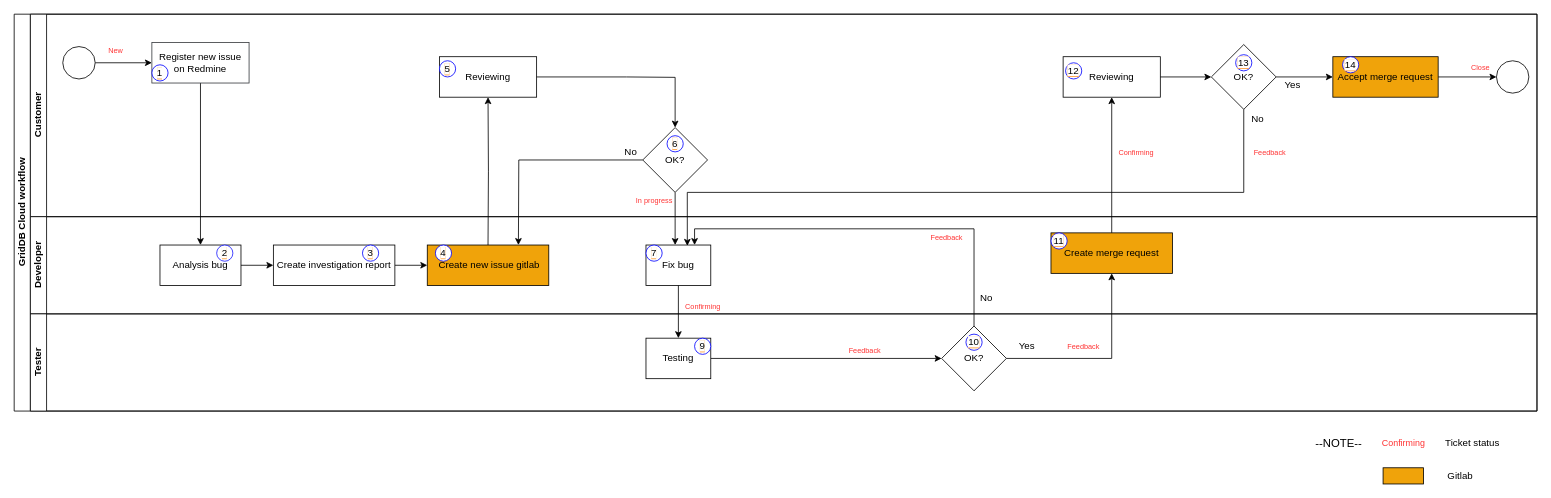
hueanmy/30-days-of-vue keeps this draw.io diagram as workflow cloud.drawio. Above is the earlier version. Source tidied: cells renumbered, new cells numbered last; positions are measured from the earlier drawing's top-left corner, leaving out a move shared by most shapes. Both pictures are drawn from the tidied source at 81%, with x=0, y=0 at pixel (14, 14).
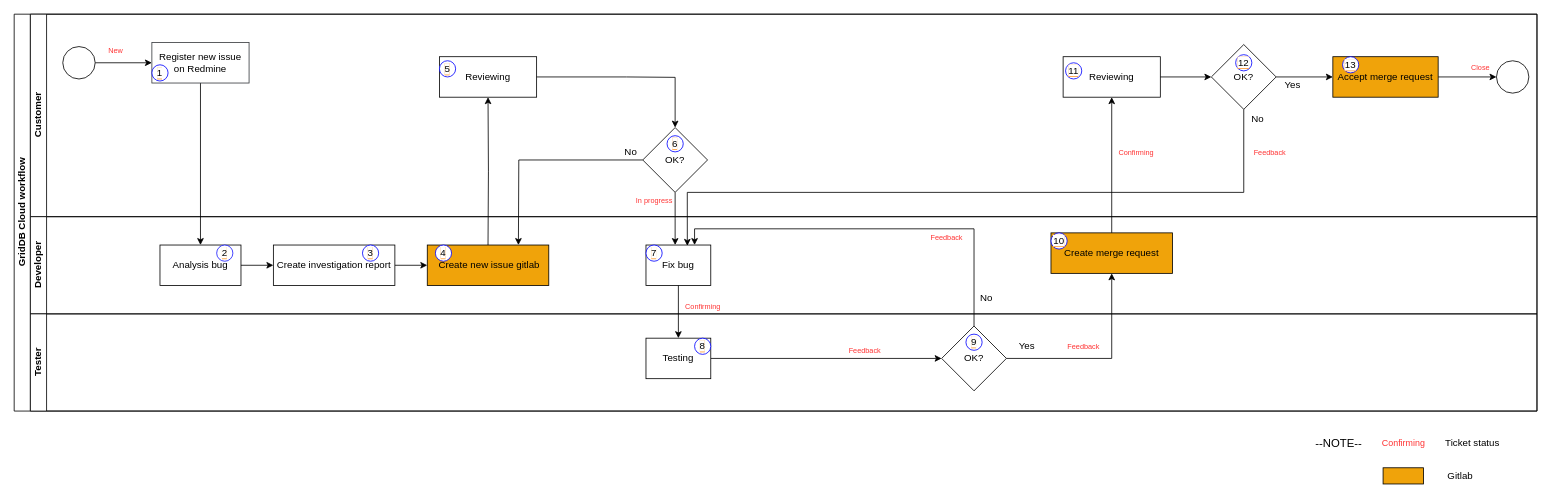
After the change.

Unchanged cells that the change refers to:
```xml
<mxCell id="8" value="Customer" style="swimlane;html=1;startSize=20;horizontal=0;" parent="2" vertex="1">
  <mxGeometry x="20" width="1860" height="250" as="geometry" />
</mxCell>
<mxCell id="36" value="Developer" style="swimlane;html=1;startSize=20;horizontal=0;" parent="2" vertex="1">
  <mxGeometry x="20" y="250" width="1860" height="120" as="geometry" />
</mxCell>
<mxCell id="52" value="Tester" style="swimlane;html=1;startSize=20;horizontal=0;" parent="2" vertex="1">
  <mxGeometry x="20" y="370" width="1860" height="120" as="geometry" />
</mxCell>
```

Change to the diagram source:
```diff
@@
-    <mxCell id="28" value="&lt;font color=&quot;#000000&quot; style=&quot;background-color: rgb(255 , 255 , 255)&quot;&gt;12&lt;/font&gt;" style="ellipse;whiteSpace=wrap;html=1;labelBackgroundColor=#FF9933;fontColor=#CC6600;strokeColor=#0000FF;fillColor=#FFFFFF;" parent="8" vertex="1">
+    <mxCell id="28" value="&lt;font color=&quot;#000000&quot; style=&quot;background-color: rgb(255 , 255 , 255)&quot;&gt;11&lt;/font&gt;" style="ellipse;whiteSpace=wrap;html=1;labelBackgroundColor=#FF9933;fontColor=#CC6600;strokeColor=#0000FF;fillColor=#FFFFFF;" parent="8" vertex="1">
       <mxGeometry x="1278" y="60" width="20" height="20" as="geometry" />
     </mxCell>
-    <mxCell id="29" value="&lt;font color=&quot;#000000&quot; style=&quot;background-color: rgb(255 , 255 , 255)&quot;&gt;13&lt;/font&gt;" style="ellipse;whiteSpace=wrap;html=1;labelBackgroundColor=#FF9933;fontColor=#CC6600;strokeColor=#0000FF;fillColor=#FFFFFF;" parent="8" vertex="1">
+    <mxCell id="29" value="&lt;font color=&quot;#000000&quot; style=&quot;background-color: rgb(255 , 255 , 255)&quot;&gt;12&lt;/font&gt;" style="ellipse;whiteSpace=wrap;html=1;labelBackgroundColor=#FF9933;fontColor=#CC6600;strokeColor=#0000FF;fillColor=#FFFFFF;" parent="8" vertex="1">
       <mxGeometry x="1488" y="50" width="20" height="20" as="geometry" />
     </mxCell>
-    <mxCell id="30" value="&lt;font color=&quot;#000000&quot; style=&quot;background-color: rgb(255 , 255 , 255)&quot;&gt;14&lt;/font&gt;" style="ellipse;whiteSpace=wrap;html=1;labelBackgroundColor=#FF9933;fontColor=#CC6600;strokeColor=#0000FF;fillColor=#FFFFFF;" parent="8" vertex="1">
+    <mxCell id="30" value="&lt;font color=&quot;#000000&quot; style=&quot;background-color: rgb(255 , 255 , 255)&quot;&gt;13&lt;/font&gt;" style="ellipse;whiteSpace=wrap;html=1;labelBackgroundColor=#FF9933;fontColor=#CC6600;strokeColor=#0000FF;fillColor=#FFFFFF;" parent="8" vertex="1">
       <mxGeometry x="1620" y="52.5" width="20" height="20" as="geometry" />
     </mxCell>
@@
-    <mxCell id="48" value="&lt;font color=&quot;#000000&quot; style=&quot;background-color: rgb(255 , 255 , 255)&quot;&gt;11&lt;/font&gt;" style="ellipse;whiteSpace=wrap;html=1;labelBackgroundColor=#FF9933;fontColor=#CC6600;strokeColor=#0000FF;fillColor=#FFFFFF;" parent="36" vertex="1">
+    <mxCell id="48" value="&lt;font color=&quot;#000000&quot; style=&quot;background-color: rgb(255 , 255 , 255)&quot;&gt;10&lt;/font&gt;" style="ellipse;whiteSpace=wrap;html=1;labelBackgroundColor=#FF9933;fontColor=#CC6600;strokeColor=#0000FF;fillColor=#FFFFFF;" parent="36" vertex="1">
       <mxGeometry x="1260" y="20" width="20" height="20" as="geometry" />
     </mxCell>
@@
-    <mxCell id="57" value="&lt;font color=&quot;#000000&quot; style=&quot;background-color: rgb(255 , 255 , 255)&quot;&gt;10&lt;/font&gt;" style="ellipse;whiteSpace=wrap;html=1;labelBackgroundColor=#FF9933;fontColor=#CC6600;strokeColor=#0000FF;fillColor=#FFFFFF;" parent="52" vertex="1">
+    <mxCell id="57" value="&lt;font color=&quot;#000000&quot; style=&quot;background-color: rgb(255 , 255 , 255)&quot;&gt;9&lt;/font&gt;" style="ellipse;whiteSpace=wrap;html=1;labelBackgroundColor=#FF9933;fontColor=#CC6600;strokeColor=#0000FF;fillColor=#FFFFFF;" parent="52" vertex="1">
       <mxGeometry x="1155" y="25" width="20" height="20" as="geometry" />
     </mxCell>
-    <mxCell id="58" value="&lt;font color=&quot;#000000&quot; style=&quot;background-color: rgb(255 , 255 , 255)&quot;&gt;9&lt;/font&gt;" style="ellipse;whiteSpace=wrap;html=1;labelBackgroundColor=#FF9933;fontColor=#CC6600;strokeColor=#0000FF;fillColor=#FFFFFF;" parent="52" vertex="1">
+    <mxCell id="58" value="&lt;font color=&quot;#000000&quot; style=&quot;background-color: rgb(255 , 255 , 255)&quot;&gt;8&lt;/font&gt;" style="ellipse;whiteSpace=wrap;html=1;labelBackgroundColor=#FF9933;fontColor=#CC6600;strokeColor=#0000FF;fillColor=#FFFFFF;" parent="52" vertex="1">
       <mxGeometry x="820" y="30" width="20" height="20" as="geometry" />
     </mxCell>
```
